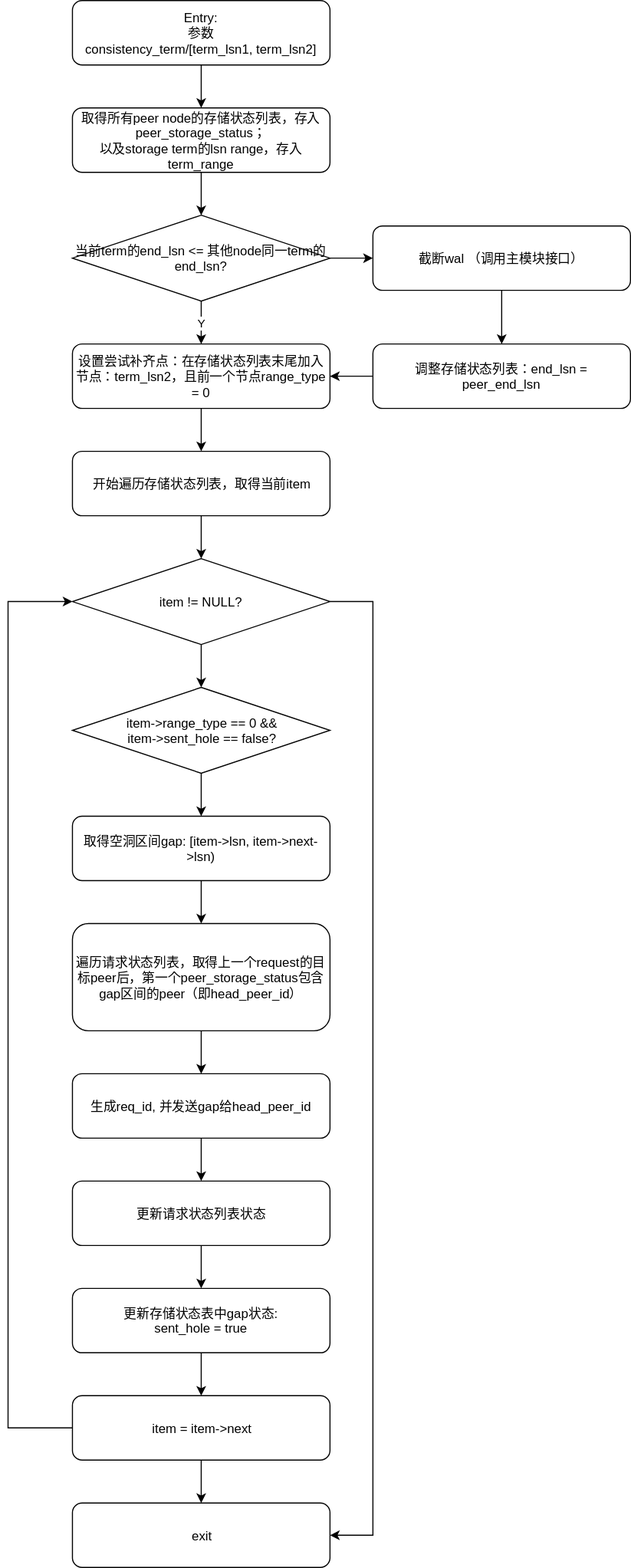
This is attachments/1629686639906.drawio.svg from simbahebinbo/smallfat.github.io, a draw.io export, as it was before one commit. Source tidied: cells renumbered, new cells last; positions are measured from the earlier drawing's top-left corner, leaving out a move shared by most shapes.
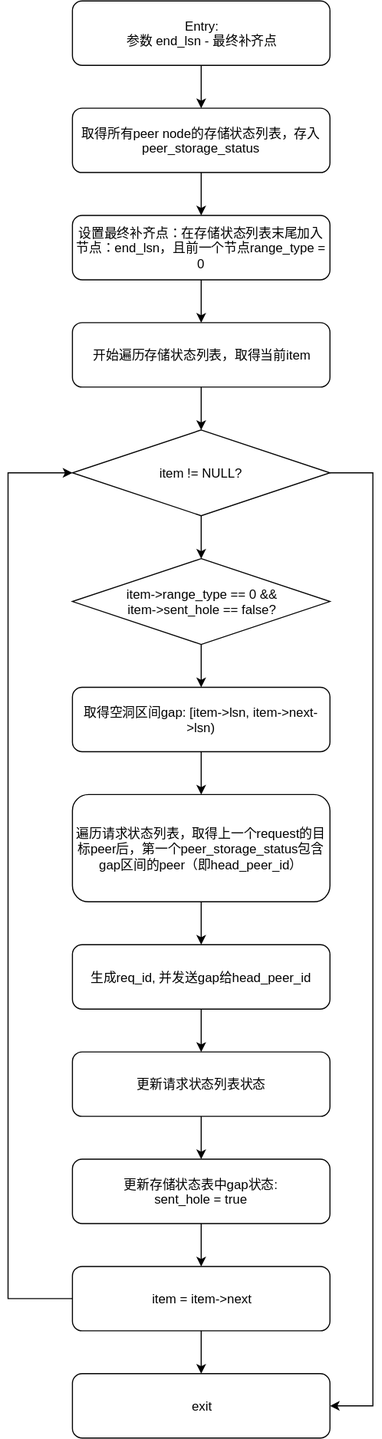
Above is the later version.

Commit message:
添加附件 : attachments/1629686639906.drawio.svg

Diff of the diagram source:
```diff
@@ -2,11 +2,11 @@
   <root>
     <mxCell id="0" />
     <mxCell id="1" parent="0" />
-    <mxCell id="2" style="edgeStyle=orthogonalEdgeStyle;rounded=0;jettySize=auto;html=1;" parent="1" edge="1" source="3" target="29">
-      <mxGeometry relative="1" as="geometry" />
-    </mxCell>
+    <mxCell id="35" style="edgeStyle=orthogonalEdgeStyle;rounded=0;jettySize=auto;html=1;" parent="1" edge="1" source="3" target="31">
+      <mxGeometry relative="1" as="geometry" />
+    </mxCell>
-    <mxCell id="3" value="取得所有peer node的存储状态列表，存入peer_storage_status；&lt;br&gt;以及storage term的lsn range，存入term_range" style="rounded=1;whiteSpace=wrap;html=1;" parent="1" vertex="1">
-      <mxGeometry x="60" y="100" width="240" height="60" as="geometry" />
+    <mxCell id="3" value="取得所有peer node的存储状态列表，存入peer_storage_status" style="rounded=1;whiteSpace=wrap;html=1;" parent="1" vertex="1">
+      <mxGeometry x="60" y="220" width="240" height="60" as="geometry" />
     </mxCell>
     <mxCell id="4" style="edgeStyle=orthogonalEdgeStyle;rounded=0;jettySize=auto;html=1;" parent="1" edge="1" source="5" target="14">
       <mxGeometry relative="1" as="geometry" />
@@ -86,35 +86,19 @@
     <mxCell id="25" style="edgeStyle=orthogonalEdgeStyle;rounded=0;jettySize=auto;html=1;" parent="1" edge="1" source="26" target="3">
       <mxGeometry relative="1" as="geometry" />
     </mxCell>
-    <mxCell id="26" value="Entry: &lt;br&gt;参数 &lt;br&gt;consistency_term/[term_lsn1, term_lsn2]" style="rounded=1;whiteSpace=wrap;html=1;" parent="1" vertex="1">
-      <mxGeometry x="60" width="240" height="60" as="geometry" />
+    <mxCell id="26" value="Entry: &lt;br&gt;参数 end_lsn - 最终补齐点" style="rounded=1;whiteSpace=wrap;html=1;" parent="1" vertex="1">
+      <mxGeometry x="60" y="120" width="240" height="60" as="geometry" />
     </mxCell>
-    <mxCell id="27" value="Y" style="edgeStyle=orthogonalEdgeStyle;rounded=0;jettySize=auto;html=1;" parent="1" edge="1" source="29" target="31">
-      <mxGeometry relative="1" as="geometry" />
-    </mxCell>
-    <mxCell id="28" style="edgeStyle=orthogonalEdgeStyle;rounded=0;jettySize=auto;html=1;" parent="1" edge="1" source="29" target="33">
-      <mxGeometry relative="1" as="geometry" />
+    <mxCell id="28" style="edgeStyle=orthogonalEdgeStyle;rounded=0;jettySize=auto;html=1;" parent="1" edge="1" target="x">
+      <mxGeometry relative="1" as="geometry">
+        <mxPoint x="300" y="240" as="sourcePoint" />
+      </mxGeometry>
     </mxCell>
-    <mxCell id="29" value="当前term的end_lsn &amp;lt;= 其他node同一term的end_lsn?" style="rhombus;whiteSpace=wrap;html=1;" parent="1" vertex="1">
-      <mxGeometry x="60" y="200" width="240" height="80" as="geometry" />
-    </mxCell>
     <mxCell id="30" style="edgeStyle=orthogonalEdgeStyle;rounded=0;jettySize=auto;html=1;" parent="1" edge="1" source="31" target="5">
       <mxGeometry relative="1" as="geometry" />
     </mxCell>
-    <mxCell id="31" value="设置尝试补齐点：在存储状态列表末尾加入节点：term_lsn2，且前一个节点range_type = 0" style="rounded=1;whiteSpace=wrap;html=1;" parent="1" vertex="1">
+    <mxCell id="31" value="设置最终补齐点：在存储状态列表末尾加入节点：end_lsn，且前一个节点range_type = 0" style="rounded=1;whiteSpace=wrap;html=1;" parent="1" vertex="1">
       <mxGeometry x="60" y="320" width="240" height="60" as="geometry" />
     </mxCell>
-    <mxCell id="32" style="edgeStyle=orthogonalEdgeStyle;rounded=0;jettySize=auto;html=1;" parent="1" edge="1" source="33" target="35">
-      <mxGeometry relative="1" as="geometry" />
-    </mxCell>
-    <mxCell id="33" value="截断wal （调用主模块接口）" style="rounded=1;whiteSpace=wrap;html=1;" parent="1" vertex="1">
-      <mxGeometry x="340" y="210" width="240" height="60" as="geometry" />
-    </mxCell>
-    <mxCell id="34" style="edgeStyle=orthogonalEdgeStyle;rounded=0;jettySize=auto;html=1;" parent="1" edge="1" source="35" target="31">
-      <mxGeometry relative="1" as="geometry" />
-    </mxCell>
-    <mxCell id="35" value="调整存储状态列表：end_lsn = peer_end_lsn" style="rounded=1;whiteSpace=wrap;html=1;" parent="1" vertex="1">
-      <mxGeometry x="340" y="320" width="240" height="60" as="geometry" />
-    </mxCell>
   </root>
 </mxGraphModel>
```
